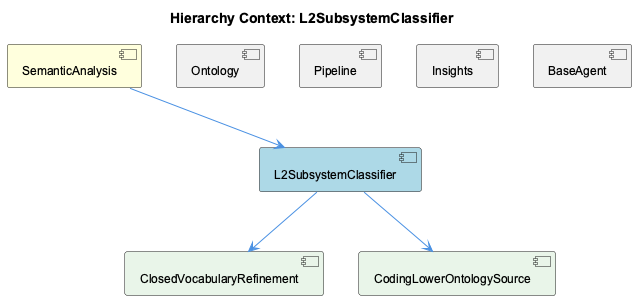
This is knowledge-management/insights/images/l2-subsystem-classifier-relationship.png from fwornle/coding, a PlantUML export, as it was before one commit.
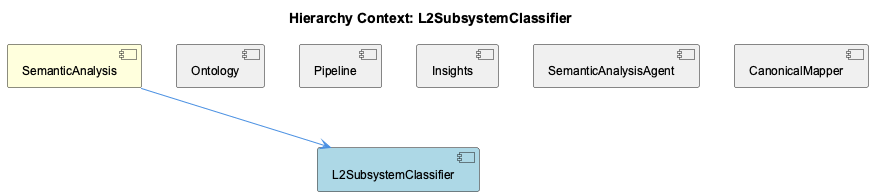
After the change.

What changed in the source:
```diff
@@ -8,16 +8,14 @@
 [Ontology] as ontology #F0F0F0
 [Pipeline] as pipeline #F0F0F0
 [Insights] as insights #F0F0F0
-[BaseAgent] as base_agent #F0F0F0
-[ClosedVocabularyRefinement] as closed_vocabulary_refinement #E8F5E8
-[CodingLowerOntologySource] as coding_lower_ontology_source #E8F5E8
+[SemanticAnalysisAgent] as semantic_analysis_agent #F0F0F0
+[CanonicalMapper] as canonical_mapper #F0F0F0
 
 semantic_analysis --> l2_subsystem_classifier
 ontology -[hidden]- l2_subsystem_classifier
 pipeline -[hidden]- l2_subsystem_classifier
 insights -[hidden]- l2_subsystem_classifier
-base_agent -[hidden]- l2_subsystem_classifier
-l2_subsystem_classifier --> closed_vocabulary_refinement
-l2_subsystem_classifier --> coding_lower_ontology_source
+semantic_analysis_agent -[hidden]- l2_subsystem_classifier
+canonical_mapper -[hidden]- l2_subsystem_classifier
 
 @enduml
```
